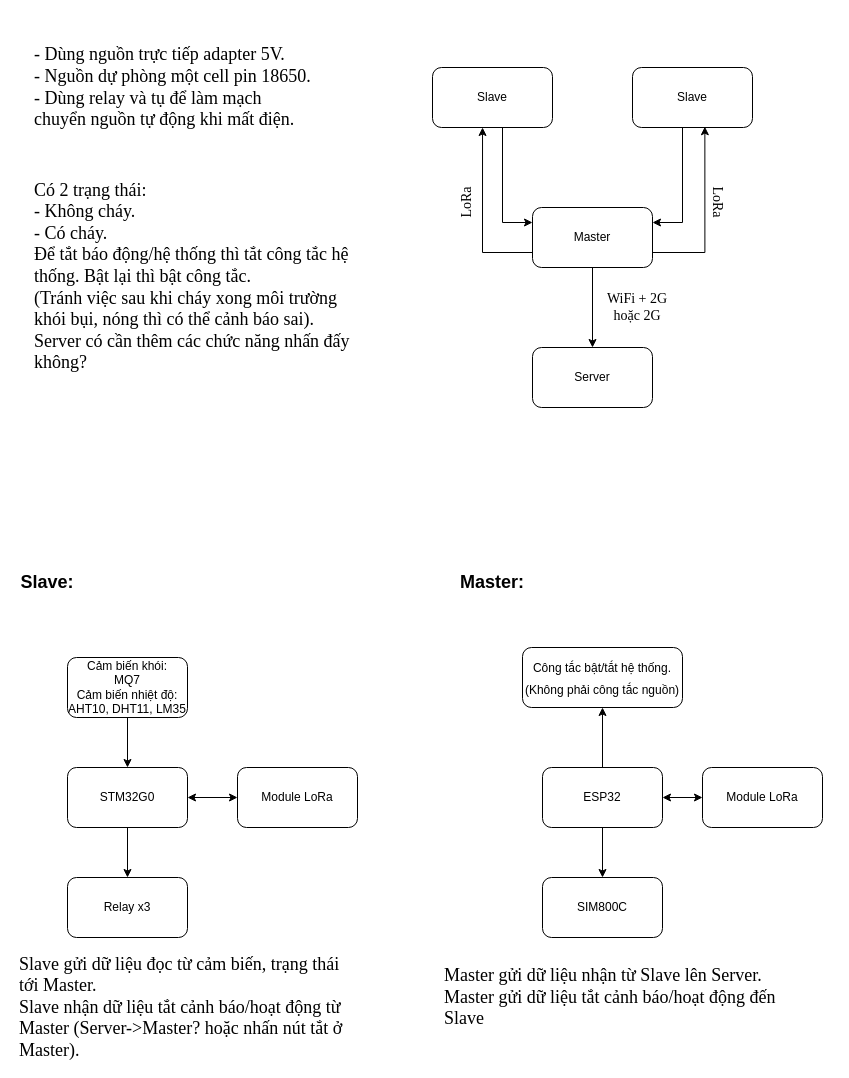
Earlier version of the draw.io diagram Document/So-do-tong-quan.drawio (Vanperdung/KHKT-Burning-Alarm-2022). Source tidied: cells renumbered, new cells numbered last; positions are measured from the earlier drawing's top-left corner, leaving out a move shared by most shapes. Both pictures are drawn from the tidied source at 100%, with x=0, y=0 at pixel (17, 17).
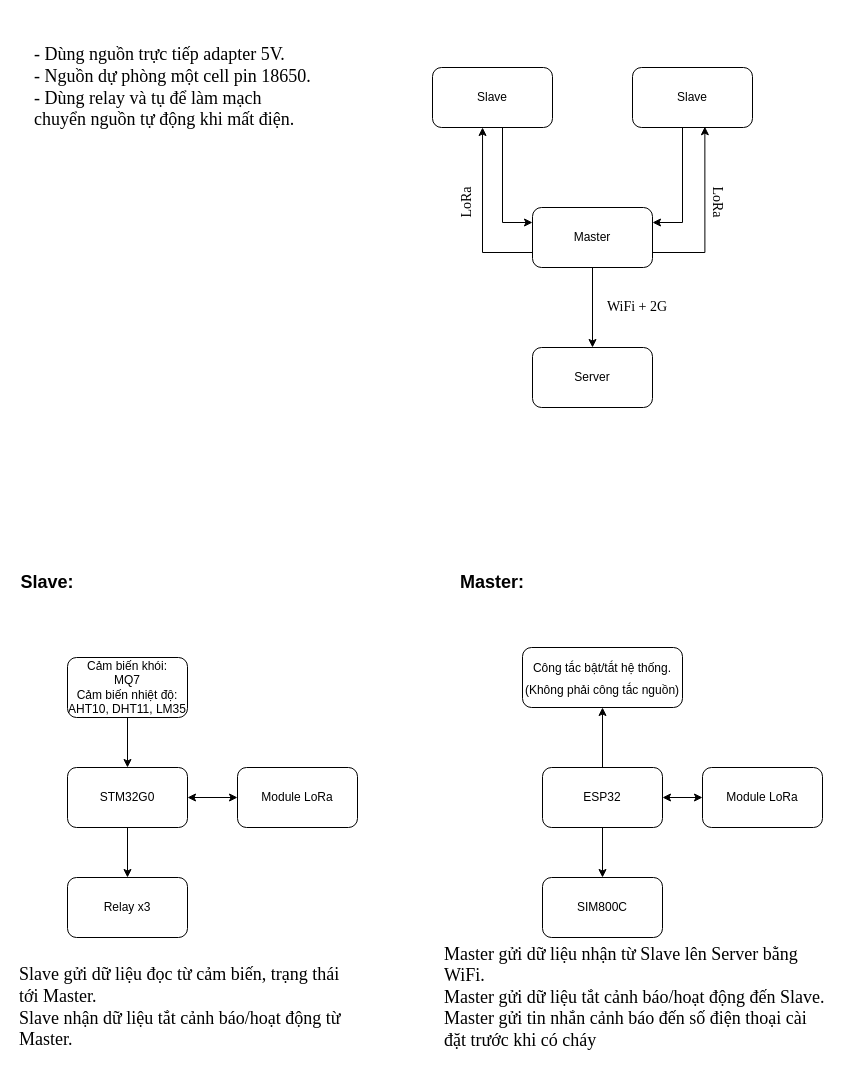
The same page after the edit.

Diff of the diagram source:
```diff
@@
-    <mxCell id="12" value="WiFi + 2G&lt;br&gt;hoặc 2G" style="text;html=1;strokeColor=none;fillColor=none;align=center;verticalAlign=middle;whiteSpace=wrap;rounded=0;fontFamily=Times New Roman;fontSize=14;" parent="1" vertex="1">
+    <mxCell id="12" value="WiFi + 2G" style="text;html=1;strokeColor=none;fillColor=none;align=center;verticalAlign=middle;whiteSpace=wrap;rounded=0;fontFamily=Times New Roman;fontSize=14;" parent="1" vertex="1">
       <mxGeometry x="585" y="270" width="70" height="40" as="geometry" />
     </mxCell>
@@
-    <mxCell id="28" value="&lt;font style=&quot;font-size: 18px;&quot;&gt;Slave gửi dữ liệu đọc từ cảm biến, trạng thái tới Master.&lt;br&gt;Slave nhận dữ liệu tắt cảnh báo/hoạt động từ Master (Server-&amp;gt;Master? hoặc nhấn nút tắt ở Master).&lt;br&gt;&lt;/font&gt;" style="text;html=1;strokeColor=none;fillColor=none;align=left;verticalAlign=middle;whiteSpace=wrap;rounded=0;fontFamily=Times New Roman;fontSize=14;rotation=0;" parent="1" vertex="1">
+    <mxCell id="28" value="&lt;font style=&quot;font-size: 18px;&quot;&gt;Slave gửi dữ liệu đọc từ cảm biến, trạng thái tới Master.&lt;br&gt;Slave nhận dữ liệu tắt cảnh báo/hoạt động từ Master.&lt;br&gt;&lt;/font&gt;" style="text;html=1;strokeColor=none;fillColor=none;align=left;verticalAlign=middle;whiteSpace=wrap;rounded=0;fontFamily=Times New Roman;fontSize=14;rotation=0;" parent="1" vertex="1">
       <mxGeometry y="940" width="335" height="100" as="geometry" />
     </mxCell>
-    <mxCell id="29" value="&lt;font style=&quot;font-size: 18px;&quot;&gt;Có 2 trạng thái:&lt;br&gt;- Không cháy.&lt;br&gt;- Có cháy.&lt;br&gt;Để tắt báo động/hệ thống thì tắt công tắc hệ thống. Bật lại thì bật công tắc.&amp;nbsp;&lt;br&gt;(Tránh việc sau khi cháy xong môi trường khói bụi, nóng thì có thể cảnh báo sai).&lt;br&gt;Server có cần thêm các chức năng nhấn đấy không?&lt;br&gt;&lt;br&gt;&lt;/font&gt;" style="text;html=1;strokeColor=none;fillColor=none;align=left;verticalAlign=middle;whiteSpace=wrap;rounded=0;fontFamily=Times New Roman;fontSize=14;rotation=0;" parent="1" vertex="1">
-      <mxGeometry x="15" y="140" width="330" height="260" as="geometry" />
-    </mxCell>
-    <mxCell id="30" value="&lt;font style=&quot;font-size: 18px;&quot;&gt;Master gửi dữ liệu nhận từ Slave lên Server.&lt;br&gt;Master gửi dữ liệu tắt cảnh báo/hoạt động đến Slave&lt;br&gt;&lt;/font&gt;" style="text;html=1;strokeColor=none;fillColor=none;align=left;verticalAlign=middle;whiteSpace=wrap;rounded=0;fontFamily=Times New Roman;fontSize=14;rotation=0;" parent="1" vertex="1">
-      <mxGeometry x="425" y="930" width="335" height="100" as="geometry" />
+    <mxCell id="30" value="&lt;font style=&quot;font-size: 18px;&quot;&gt;Master gửi dữ liệu nhận từ Slave lên Server bằng WiFi.&lt;br&gt;Master gửi dữ liệu tắt cảnh báo/hoạt động đến Slave.&lt;br&gt;Master gửi tin nhắn cảnh báo đến số điện thoại cài đặt trước khi có cháy&lt;br&gt;&lt;/font&gt;" style="text;html=1;strokeColor=none;fillColor=none;align=left;verticalAlign=middle;whiteSpace=wrap;rounded=0;fontFamily=Times New Roman;fontSize=14;rotation=0;" parent="1" vertex="1">
+      <mxGeometry x="425" y="930" width="390" height="100" as="geometry" />
     </mxCell>
```
